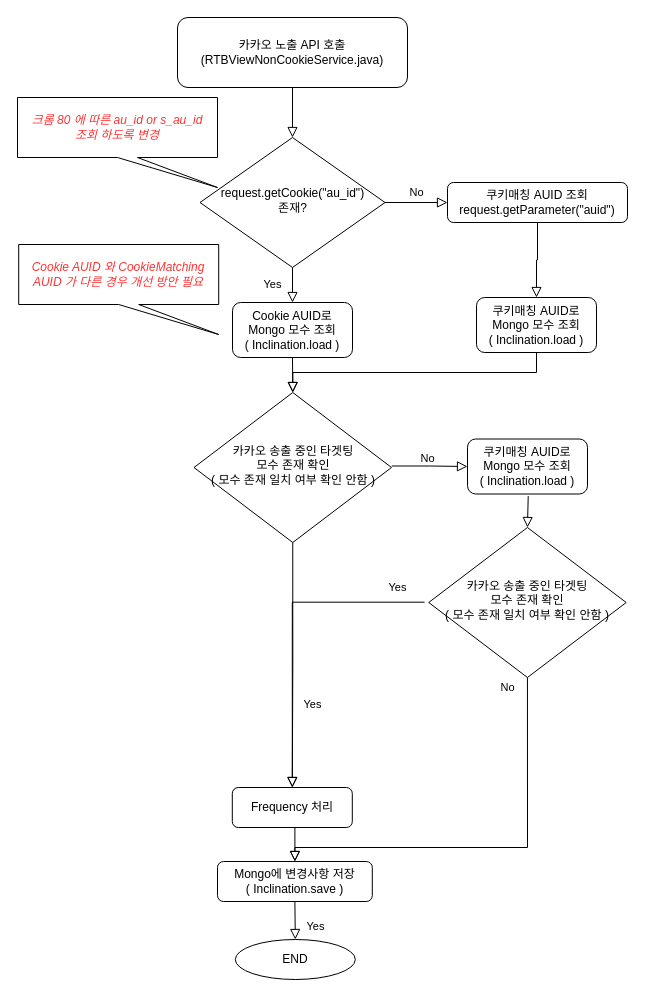
BaekSeungJo/Diagram keeps this draw.io diagram as RTBViewNonCookieService 기존 흐름도.drawio. Above is the earlier version. Source tidied: cells renumbered, new cells numbered last; positions are measured from the earlier drawing's top-left corner, leaving out a move shared by most shapes. Both pictures are drawn from the tidied source at 100%, with x=0, y=0 at pixel (17, 17).
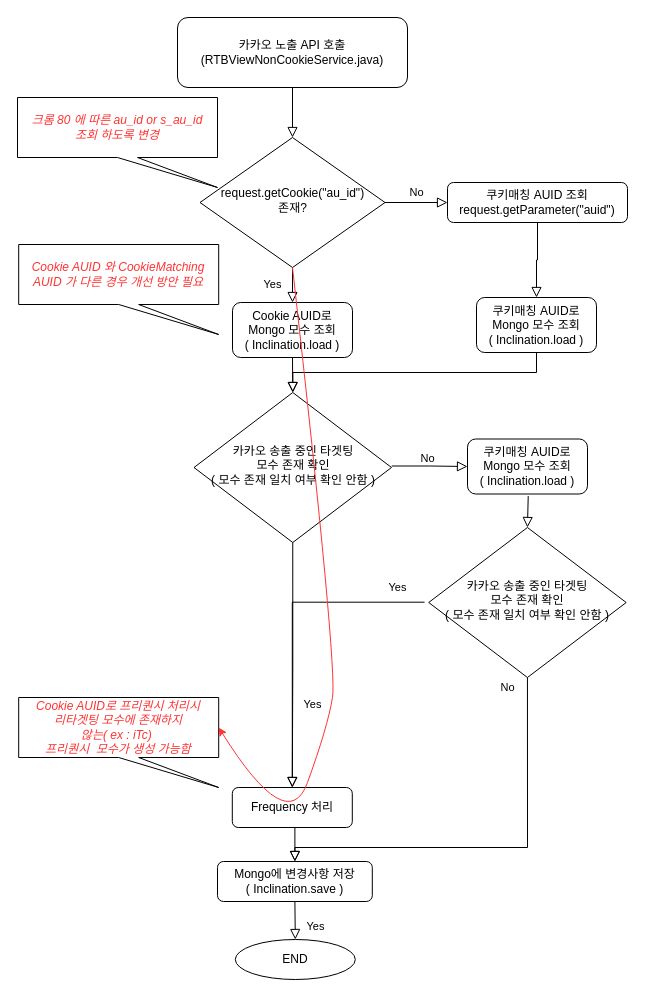
Above is the later version.

Commit message:
RTBViewNonCookieService 기존 흐름도.drawio 업데이트

Unchanged cells that the change refers to:
```xml
<mxCell id="6" value="request.getCookie(&quot;au_id&quot;)&lt;br&gt;존재?" style="rhombus;whiteSpace=wrap;html=1;shadow=0;fontFamily=Helvetica;fontSize=12;align=center;strokeWidth=1;spacing=6;spacingTop=-4;" parent="1" vertex="1">
  <mxGeometry x="182.5" y="120" width="185" height="130" as="geometry" />
</mxCell>
```

Change to the diagram source:
```diff
@@
+    <mxCell id="28" value="&lt;font color=&quot;#ff3333&quot;&gt;&lt;i&gt;Cookie AUID로 프리퀀시 처리시&lt;br&gt;리타겟팅 모수에 존재하지 &lt;br&gt;않는( ex : iTc)&amp;nbsp;&lt;br&gt;프리퀀시&amp;nbsp; 모수가 생성 가능함&lt;br&gt;&lt;/i&gt;&lt;/font&gt;" style="shape=callout;whiteSpace=wrap;html=1;perimeter=calloutPerimeter;position2=1;" parent="1" vertex="1">
+      <mxGeometry x="1.2" y="680" width="200" height="90" as="geometry" />
+    </mxCell>
+    <mxCell id="29" style="curved=1;endArrow=classic;html=1;rounded=0;fontColor=#FF3333;exitX=0.5;exitY=1;exitDx=0;exitDy=0;fillColor=#FF3333;strokeColor=#FF3333;" parent="1" edge="1" source="6">
+      <mxGeometry relative="1" as="geometry">
+        <mxPoint x="201.2" y="710" as="targetPoint" />
+        <Array as="points">
+          <mxPoint x="320" y="650" />
+          <mxPoint x="310" y="710" />
+          <mxPoint x="270" y="820" />
+        </Array>
+      </mxGeometry>
+    </mxCell>
```
